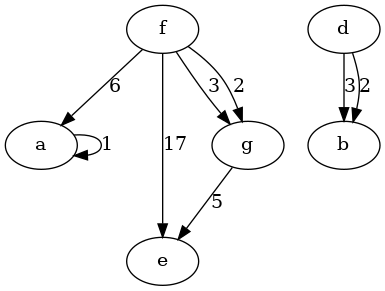
Before: aisd/lab5/labirint.png, a diagram exported from Graphviz (kargamant/my_labs). Its source is kept beside it as aisd/lab5/labirint.dot.
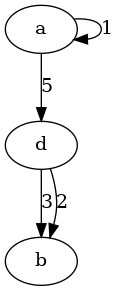
After the change.

The edit, as a diff of the source:
```diff
@@ -1,16 +1,9 @@
 digraph {
 a
+a->d [label=5, weight=5]
 a->a [label=1, weight=1]
 b
 d
 d->b [label=3, weight=3]
 d->b [label=2, weight=2]
-e
-f
-f->a [label=6, weight=6]
-f->e [label=17, weight=17]
-f->g [label=3, weight=3]
-f->g [label=2, weight=2]
-g
-g->e [label=5, weight=5]
 }
```
